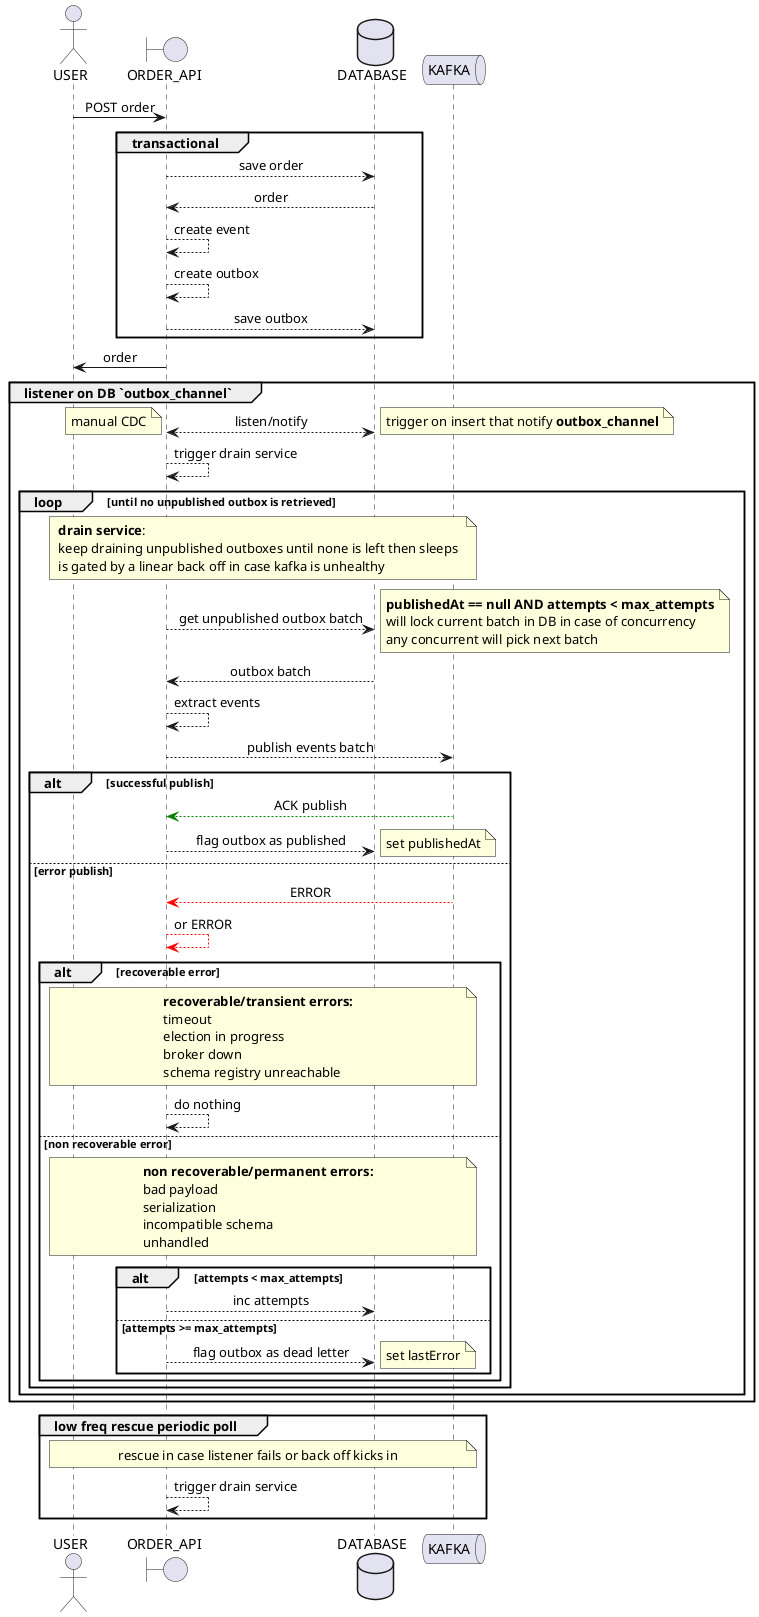
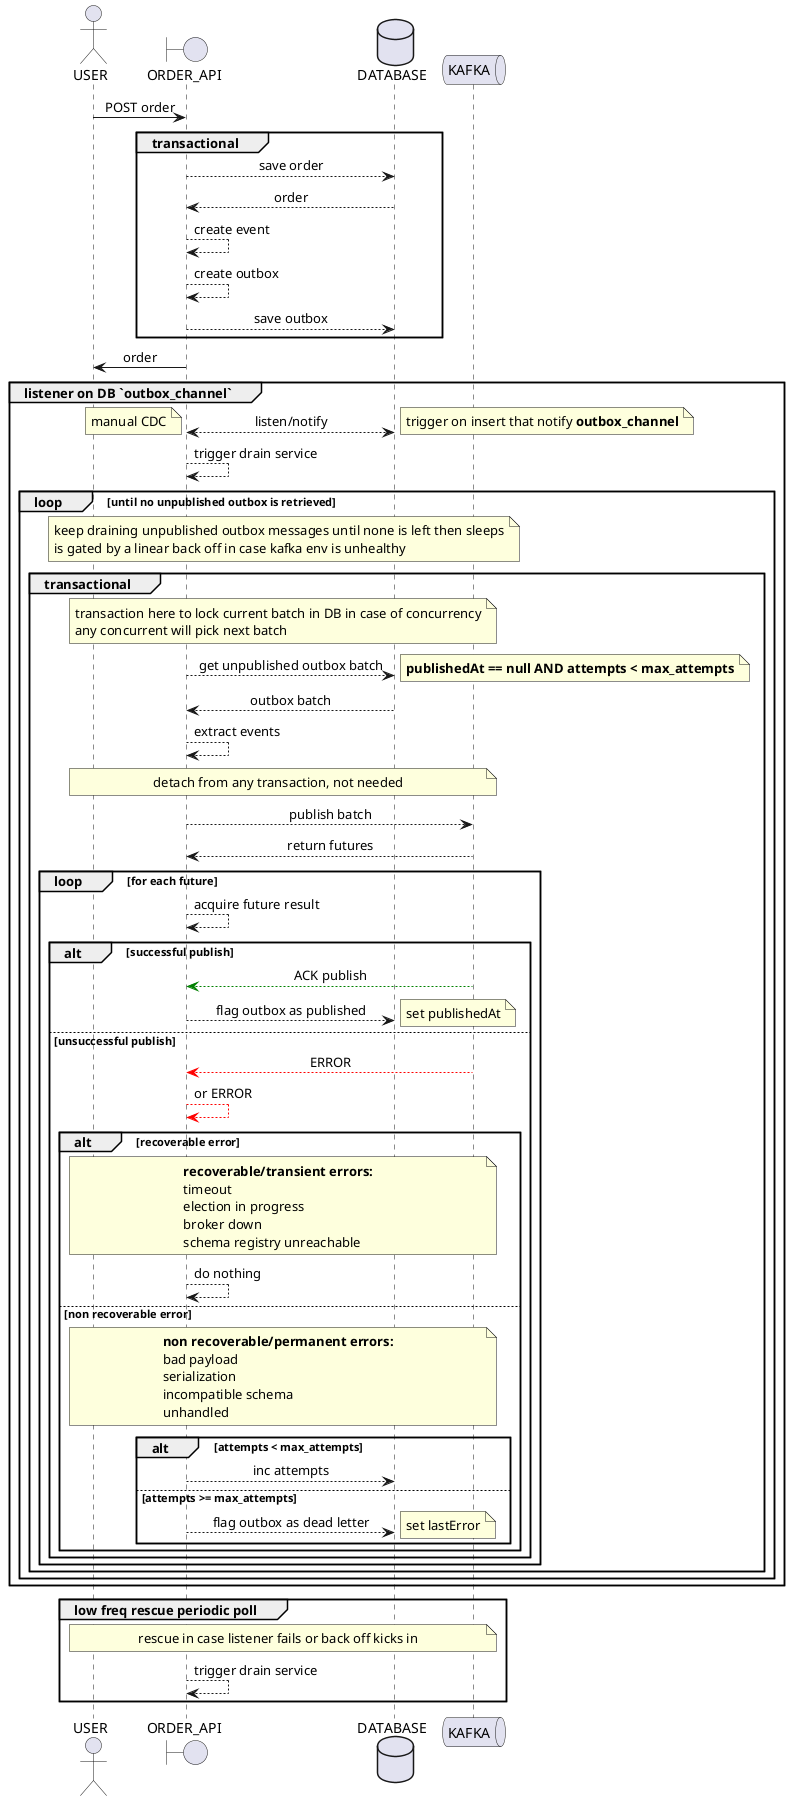
@startuml
skinparam sequenceMessageAlign center

actor USER as U
boundary ORDER_API as API
database DATABASE as DB
queue KAFKA as K

U -> API : POST order
group transactional
    API --> DB : save order
    DB --> API : order
    API --> API : create event
    API --> API : create outbox
    API --> DB : save outbox
end
API -> U : order

group listener on DB `outbox_channel`
    API <--> DB: listen/notify
    note left: manual CDC
    note right: trigger on insert that notify **outbox_channel**
    API --> API: trigger drain service
    loop until no unpublished outbox is retrieved
-         note across: **drain service**:\nkeep draining unpublished outboxes until none is left then sleeps\nis gated by a linear back off in case kafka is unhealthy
-         API --> DB : get unpublished outbox batch
-         note right: **publishedAt == null AND attempts < max_attempts**\nwill lock current batch in DB in case of concurrency\nany concurrent will pick next batch
-         DB --> API : outbox batch
-         API --> API : extract events
-         API --> K : publish events batch
-         alt successful publish
-             K -[#green]-> API : ACK publish
-             API --> DB : flag outbox as published
-             note right: set publishedAt
-         else error publish
-             K -[#red]-> API : ERROR
-             API -[#red]-> API : or ERROR
-             alt recoverable error
-                 note across
-                     **recoverable/transient errors:**
-                     timeout
-                     election in progress
-                     broker down
-                     schema registry unreachable
-                 end note
-                 API --> API : do nothing
-             else non recoverable error
-                 note across
-                     **non recoverable/permanent errors:**
-                     bad payload
-                     serialization
-                     incompatible schema
-                     unhandled
-                 end note
-                 alt attempts < max_attempts
-                     API --> DB : inc attempts
-                 else attempts >= max_attempts
-                     API --> DB : flag outbox as dead letter
-                     note right: set lastError
+         note across: keep draining unpublished outbox messages until none is left then sleeps\nis gated by a linear back off in case kafka env is unhealthy
+         group transactional
+             note across: transaction here to lock current batch in DB in case of concurrency\nany concurrent will pick next batch
+             API --> DB : get unpublished outbox batch
+             note right: **publishedAt == null AND attempts < max_attempts**
+             DB --> API : outbox batch
+             API --> API : extract events
+             note across: detach from any transaction, not needed
+             API --> K : publish batch
+             K --> API: return futures
+             loop for each future
+                 API --> API : acquire future result
+                 alt successful publish
+                     K -[#green]-> API : ACK publish
+                     API --> DB : flag outbox as published
+                     note right: set publishedAt
+                 else unsuccessful publish
+                     K -[#red]-> API : ERROR
+                     API -[#red]-> API : or ERROR
+                     alt recoverable error
+                         note across
+                             **recoverable/transient errors:**
+                             timeout
+                             election in progress
+                             broker down
+                             schema registry unreachable
+                         end note
+                         API --> API : do nothing
+                     else non recoverable error
+                         note across
+                             **non recoverable/permanent errors:**
+                             bad payload
+                             serialization
+                             incompatible schema
+                             unhandled
+                         end note
+                         alt attempts < max_attempts
+                             API --> DB : inc attempts
+                         else attempts >= max_attempts
+                             API --> DB : flag outbox as dead letter
+                             note right: set lastError
+                         end
+                     end
                end
            end
        end
    end
end

group low freq rescue periodic poll
    note across: rescue in case listener fails or back off kicks in
    API --> API: trigger drain service
end
@enduml
